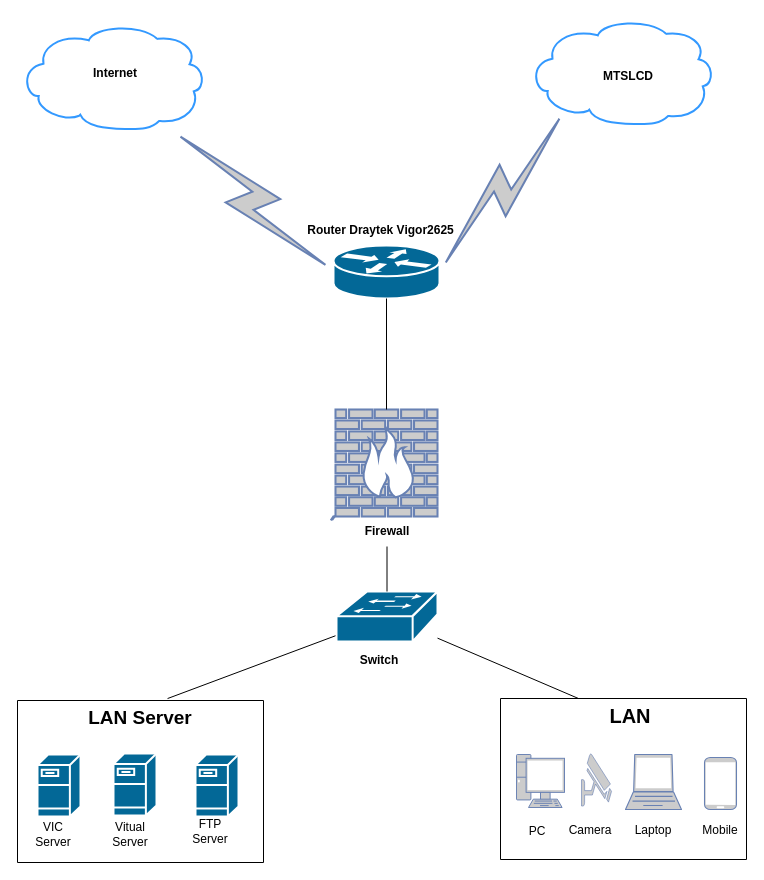
Earlier version of the draw.io diagram sodongly.drawio (pnptai94/giaydiduongbluezone). Source tidied: cells renumbered, new cells numbered last; positions are measured from the earlier drawing's top-left corner, leaving out a move shared by most shapes. Both pictures are drawn from the tidied source at 100%, with x=0, y=0 at pixel (17, 18).
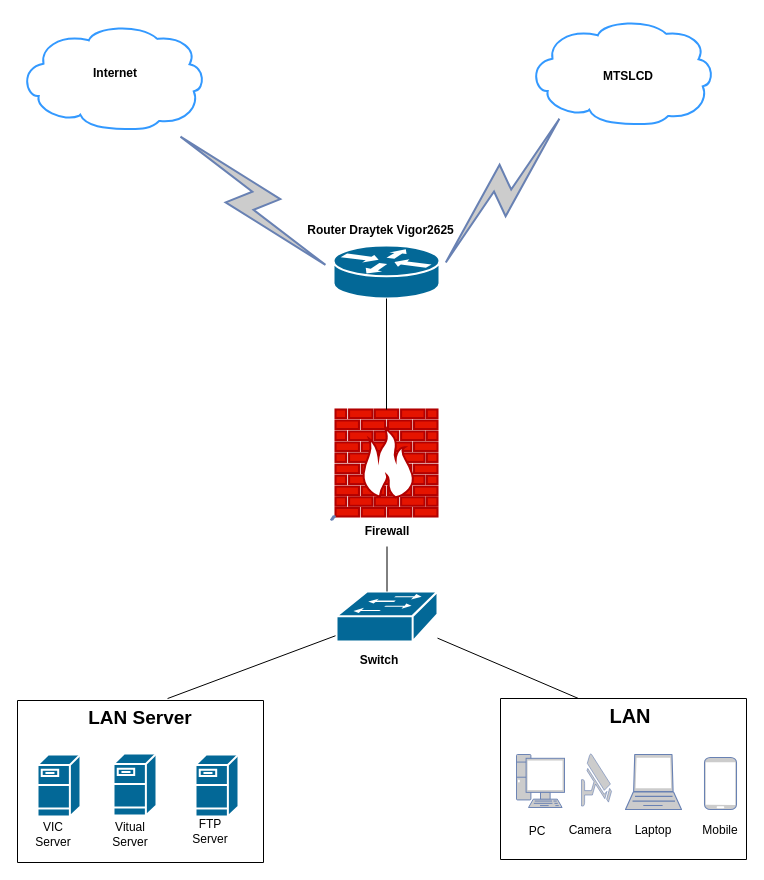
The same page after the edit.

Change to the diagram source:
```diff
@@
-    <mxCell id="5" style="fontColor=#0066CC;verticalAlign=top;verticalLabelPosition=bottom;labelPosition=center;align=center;html=1;outlineConnect=0;fillColor=#CCCCCC;strokeColor=#6881B3;gradientColor=none;gradientDirection=north;strokeWidth=2;shape=mxgraph.networks.firewall;labelBackgroundColor=#FFFFFF;" parent="1" vertex="1">
+    <mxCell id="5" style="fontColor=#ffffff;verticalAlign=top;verticalLabelPosition=bottom;labelPosition=center;align=center;html=1;outlineConnect=0;fillColor=#e51400;strokeColor=#B20000;gradientDirection=north;strokeWidth=2;shape=mxgraph.networks.firewall;labelBackgroundColor=#FFFFFF;" parent="1" vertex="1">
       <mxGeometry x="318" y="391" width="102" height="107" as="geometry" />
     </mxCell>
```
